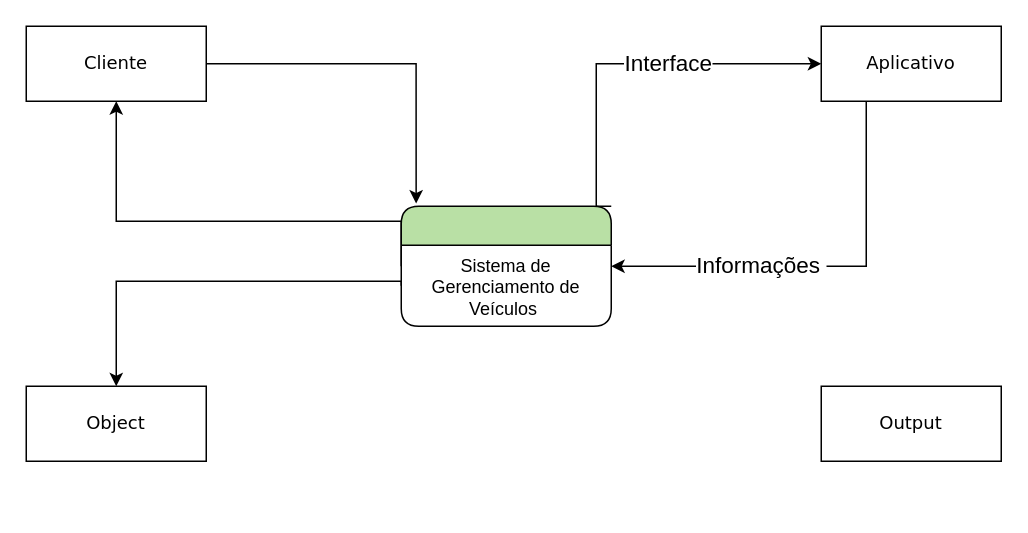
Before: Latex-analise_e_projeto_de_sistemas/Pictures/systemDiagram.drawio in ARRETdaniel/Latex-works, a draw.io diagram. Source tidied: cells renumbered, new cells numbered last; positions are measured from the earlier drawing's top-left corner, leaving out a move shared by most shapes. Both pictures are drawn from the tidied source at 150%, with x=0, y=0 at pixel (26, 26).
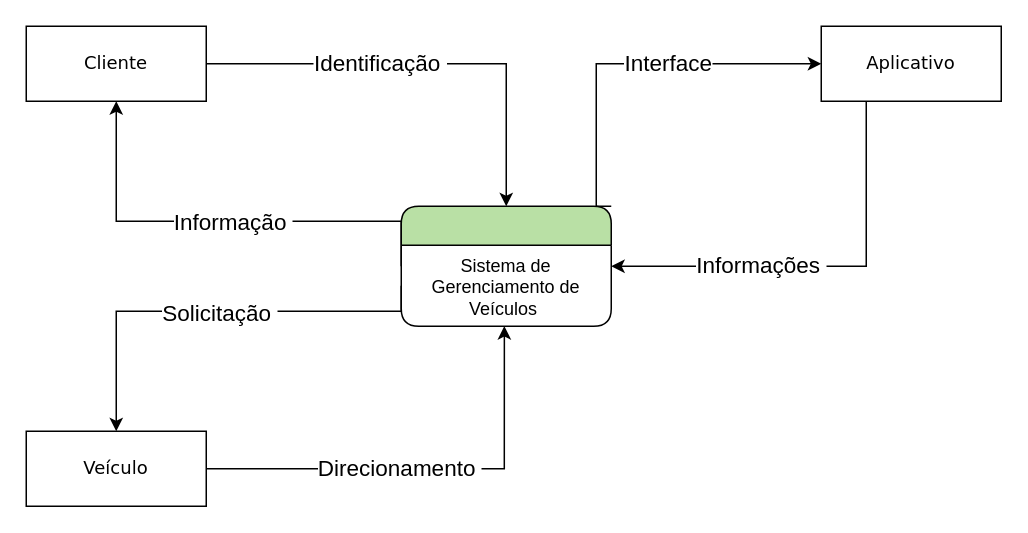
After the change.

Unchanged cells that the change refers to:
```xml
<mxCell id="6" value="Cliente" style="whiteSpace=wrap;html=1;rounded=0;shadow=0;comic=0;labelBackgroundColor=none;strokeWidth=1;fontFamily=Verdana;fontSize=12;align=center;" parent="1" vertex="1">
  <mxGeometry width="120" height="50" as="geometry" />
</mxCell>
<mxCell id="7" style="edgeStyle=orthogonalEdgeStyle;rounded=0;jettySize=auto;html=1;exitX=0;exitY=0.5;exitDx=0;exitDy=0;entryX=0.5;entryY=1;entryDx=0;entryDy=0;" parent="1" edge="1" source="10" target="6">
  <mxGeometry relative="1" as="geometry">
    <Array as="points">
      <mxPoint x="250" y="130" />
      <mxPoint x="60" y="130" />
    </Array>
  </mxGeometry>
</mxCell>
<mxCell id="10" style="swimlane;html=1;fontStyle=0;horizontal=1;startSize=26;fillColor=#B9E0A5;swimlaneFillColor=#ffffff;align=center;rounded=1;shadow=0;comic=0;labelBackgroundColor=none;strokeWidth=1;fontFamily=Verdana;fontSize=12;" parent="1" vertex="1">
  <mxGeometry x="250" y="120" width="140" height="80" as="geometry" />
</mxCell>
<mxCell id="11" value="Sistema de Gerenciamento de Veículos&amp;nbsp;" style="text;html=1;strokeColor=none;fillColor=none;spacingLeft=4;spacingRight=4;whiteSpace=wrap;overflow=hidden;points=[[0,0.5],[1,0.5]];portConstraint=eastwest;align=center;" parent="10" vertex="1">
  <mxGeometry y="26" width="140" height="54" as="geometry" />
</mxCell>
```

Diff of the diagram source:
```diff
@@
-    <mxCell id="5" style="edgeStyle=orthogonalEdgeStyle;rounded=0;jettySize=auto;html=1;exitX=1;exitY=0.5;exitDx=0;exitDy=0;entryX=0.071;entryY=-0.023;entryDx=0;entryDy=0;entryPerimeter=0;" parent="1" edge="1" source="6" target="10">
+    <mxCell id="5" style="edgeStyle=orthogonalEdgeStyle;rounded=0;jettySize=auto;html=1;exitX=1;exitY=0.5;exitDx=0;exitDy=0;entryX=0.5;entryY=0;entryDx=0;entryDy=0;" parent="1" edge="1" source="6" target="10">
       <mxGeometry relative="1" as="geometry" />
     </mxCell>
+    <mxCell id="15" value="Identificação&amp;nbsp;" style="edgeLabel;html=1;align=center;verticalAlign=middle;fontSize=15;" parent="5" vertex="1">
+      <mxGeometry x="-0.22" y="2" relative="1" as="geometry" />
+    </mxCell>
@@
+    <mxCell id="16" value="Informação&amp;nbsp;" style="edgeLabel;html=1;align=center;verticalAlign=middle;fontSize=15;" parent="7" vertex="1">
+      <mxGeometry x="-0.05" y="-1" relative="1" as="geometry" />
+    </mxCell>
@@
+    <mxCell id="17" style="edgeStyle=orthogonalEdgeStyle;rounded=0;jettySize=auto;html=1;exitX=1;exitY=0.5;exitDx=0;exitDy=0;entryX=0.491;entryY=0.998;entryDx=0;entryDy=0;entryPerimeter=0;fontSize=15;" parent="1" edge="1" source="12" target="11">
+      <mxGeometry relative="1" as="geometry" />
+    </mxCell>
+    <mxCell id="18" value="Direcionamento&amp;nbsp;" style="edgeLabel;html=1;align=center;verticalAlign=middle;fontSize=15;" parent="17" vertex="1">
+      <mxGeometry x="-0.13" y="2" relative="1" as="geometry" />
+    </mxCell>
-    <mxCell id="12" value="Object" style="whiteSpace=wrap;html=1;rounded=0;shadow=0;comic=0;labelBackgroundColor=none;strokeWidth=1;fontFamily=Verdana;fontSize=12;align=center;" parent="1" vertex="1">
-      <mxGeometry y="240" width="120" height="50" as="geometry" />
+    <mxCell id="12" value="Veículo" style="whiteSpace=wrap;html=1;rounded=0;shadow=0;comic=0;labelBackgroundColor=none;strokeWidth=1;fontFamily=Verdana;fontSize=12;align=center;" parent="1" vertex="1">
+      <mxGeometry y="270" width="120" height="50" as="geometry" />
     </mxCell>
-    <mxCell id="13" value="Output" style="whiteSpace=wrap;html=1;rounded=0;shadow=0;comic=0;labelBackgroundColor=none;strokeWidth=1;fontFamily=Verdana;fontSize=12;align=center;" parent="1" vertex="1">
-      <mxGeometry x="530" y="240" width="120" height="50" as="geometry" />
-    </mxCell>
     <mxCell id="14" style="edgeStyle=orthogonalEdgeStyle;rounded=0;jettySize=auto;html=1;exitX=0;exitY=0.5;exitDx=0;exitDy=0;entryX=0.5;entryY=0;entryDx=0;entryDy=0;" parent="1" edge="1" source="11" target="12">
       <mxGeometry relative="1" as="geometry">
         <Array as="points">
-          <mxPoint x="250" y="170" />
-          <mxPoint x="60" y="170" />
+          <mxPoint x="250" y="190" />
+          <mxPoint x="60" y="190" />
         </Array>
       </mxGeometry>
     </mxCell>
+    <mxCell id="19" value="Solicitação&amp;nbsp;" style="edgeLabel;html=1;align=center;verticalAlign=middle;fontSize=15;" parent="14" vertex="1">
+      <mxGeometry x="-0.03" relative="1" as="geometry" />
+    </mxCell>
```
